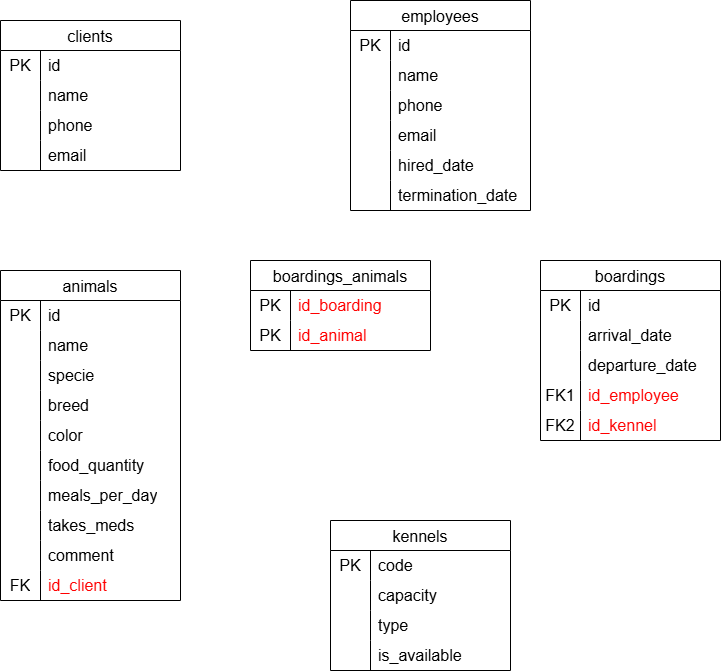
This is 03-création_MRD/img/pension_animaux2.png from m-cbelanger/420-OSY-SW-Analyse-relationnelle, a draw.io export, as it was before one commit. Source tidied: cells renumbered, new cells last; positions are measured from the earlier drawing's top-left corner, leaving out a move shared by most shapes.
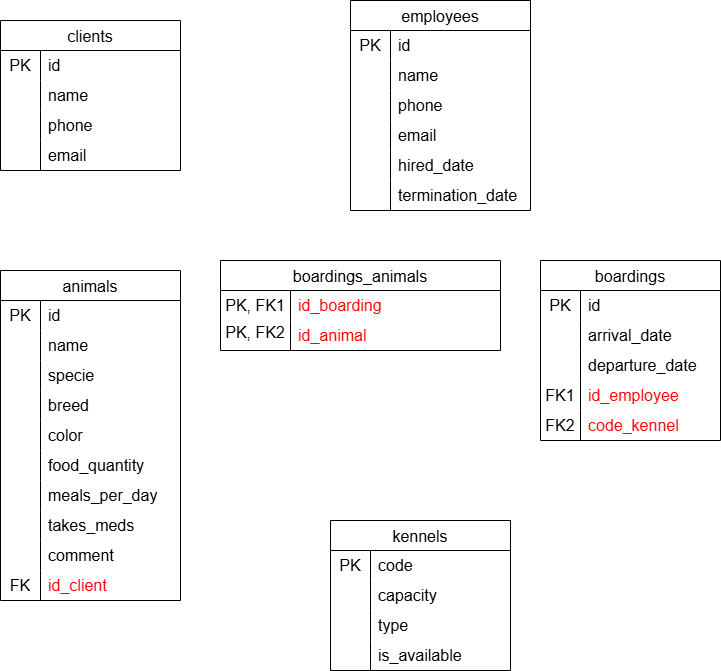
Above is the later version.

Commit message:
corection code_kenel

The edit, as a diff of the source:
```diff
@@ -218,7 +218,7 @@
     <mxCell id="73" value="FK2" style="shape=partialRectangle;html=1;whiteSpace=wrap;fillColor=none;top=0;left=0;bottom=0;right=0;overflow=hidden;strokeColor=inherit;fontSize=16;" parent="72" vertex="1">
       <mxGeometry width="40" height="30" as="geometry" />
     </mxCell>
-    <mxCell id="74" value="&lt;font style=&quot;color: rgb(255, 0, 0);&quot;&gt;id_kennel&amp;nbsp;&lt;/font&gt;" style="shape=partialRectangle;html=1;whiteSpace=wrap;fillColor=none;top=0;left=0;bottom=0;right=0;align=left;spacingLeft=6;overflow=hidden;strokeColor=inherit;fontSize=16;" parent="72" vertex="1">
+    <mxCell id="74" value="&lt;font style=&quot;color: rgb(255, 0, 0);&quot;&gt;code_kennel&amp;nbsp;&lt;/font&gt;" style="shape=partialRectangle;html=1;whiteSpace=wrap;fillColor=none;top=0;left=0;bottom=0;right=0;align=left;spacingLeft=6;overflow=hidden;strokeColor=inherit;fontSize=16;" parent="72" vertex="1">
       <mxGeometry x="40" width="140" height="30" as="geometry" />
     </mxCell>
     <mxCell id="75" value="employees" style="shape=table;startSize=30;rowLines=0;fontStyle=0;strokeColor=default;fontSize=16;" parent="1" vertex="1">
@@ -279,25 +279,25 @@
       <mxGeometry x="40" width="140" height="30" as="geometry" />
     </mxCell>
     <mxCell id="94" value="boardings_animals" style="shape=table;startSize=30;rowLines=0;fontStyle=0;strokeColor=default;fontSize=16;" parent="1" vertex="1">
-      <mxGeometry x="250" y="260" width="180" height="90" as="geometry" />
+      <mxGeometry x="220" y="260" width="280" height="90" as="geometry" />
     </mxCell>
     <mxCell id="95" style="shape=tableRow;horizontal=0;startSize=0;swimlaneHead=0;swimlaneBody=0;top=0;left=0;bottom=0;right=0;fillColor=none;strokeColor=inherit;fontSize=16;" parent="94" vertex="1">
-      <mxGeometry y="30" width="180" height="30" as="geometry" />
+      <mxGeometry y="30" width="280" height="30" as="geometry" />
     </mxCell>
-    <mxCell id="96" value="PK" style="shape=partialRectangle;html=1;whiteSpace=wrap;fillColor=none;top=0;left=0;bottom=0;right=0;overflow=hidden;strokeColor=inherit;fontSize=16;" parent="95" vertex="1">
-      <mxGeometry width="40" height="30" as="geometry" />
+    <mxCell id="96" value="PK, FK1" style="shape=partialRectangle;html=1;whiteSpace=wrap;fillColor=none;top=0;left=0;bottom=0;right=0;overflow=hidden;strokeColor=inherit;fontSize=16;" parent="95" vertex="1">
+      <mxGeometry width="70" height="30" as="geometry" />
     </mxCell>
     <mxCell id="97" value="&lt;font style=&quot;color: rgb(255, 0, 0);&quot;&gt;id_boarding&lt;/font&gt;" style="shape=partialRectangle;html=1;whiteSpace=wrap;fillColor=none;top=0;left=0;bottom=0;right=0;align=left;spacingLeft=6;overflow=hidden;strokeColor=inherit;fontSize=16;" parent="95" vertex="1">
-      <mxGeometry x="40" width="140" height="30" as="geometry" />
+      <mxGeometry x="70" width="210" height="30" as="geometry" />
     </mxCell>
     <mxCell id="98" style="shape=tableRow;horizontal=0;startSize=0;swimlaneHead=0;swimlaneBody=0;top=0;left=0;bottom=0;right=0;fillColor=none;strokeColor=inherit;fontSize=16;" parent="94" vertex="1">
-      <mxGeometry y="60" width="180" height="30" as="geometry" />
+      <mxGeometry y="60" width="280" height="30" as="geometry" />
     </mxCell>
-    <mxCell id="99" value="PK" style="shape=partialRectangle;html=1;whiteSpace=wrap;fillColor=none;top=0;left=0;bottom=0;right=0;overflow=hidden;strokeColor=inherit;fontSize=16;" parent="98" vertex="1">
-      <mxGeometry width="40" height="30" as="geometry" />
+    <mxCell id="99" value="PK, FK2&lt;div&gt;&lt;br&gt;&lt;/div&gt;" style="shape=partialRectangle;html=1;whiteSpace=wrap;fillColor=none;top=0;left=0;bottom=0;right=0;overflow=hidden;strokeColor=inherit;fontSize=16;" parent="98" vertex="1">
+      <mxGeometry width="70" height="30" as="geometry" />
     </mxCell>
     <mxCell id="100" value="&lt;font style=&quot;color: rgb(255, 0, 0);&quot;&gt;id_animal&lt;/font&gt;" style="shape=partialRectangle;html=1;whiteSpace=wrap;fillColor=none;top=0;left=0;bottom=0;right=0;align=left;spacingLeft=6;overflow=hidden;strokeColor=inherit;fontSize=16;" parent="98" vertex="1">
-      <mxGeometry x="40" width="140" height="30" as="geometry" />
+      <mxGeometry x="70" width="210" height="30" as="geometry" />
     </mxCell>
   </root>
 </mxGraphModel>
```
